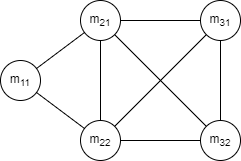
Before: iselthesis/Chapters/img/grafos.png, a diagram exported from draw.io (RRamos19/Master-Thesis). Source tidied: cells renumbered, new cells last; positions are measured from the earlier drawing's top-left corner, leaving out a move shared by most shapes. Source of this version:
```xml
<mxGraphModel>
  <root>
    <mxCell id="0" />
    <mxCell id="1" parent="0" />
    <mxCell id="2" value="m&lt;sub&gt;11&lt;/sub&gt;" style="ellipse;whiteSpace=wrap;html=1;" parent="1" vertex="1">
      <mxGeometry y="60" width="40" height="40" as="geometry" />
    </mxCell>
    <mxCell id="3" value="m&lt;sub&gt;21&lt;/sub&gt;" style="ellipse;whiteSpace=wrap;html=1;" parent="1" vertex="1">
      <mxGeometry x="80" width="40" height="40" as="geometry" />
    </mxCell>
    <mxCell id="4" value="m&lt;sub style=&quot;&quot;&gt;&lt;font&gt;22&lt;/font&gt;&lt;/sub&gt;" style="ellipse;whiteSpace=wrap;html=1;" parent="1" vertex="1">
      <mxGeometry x="80" y="120" width="40" height="40" as="geometry" />
    </mxCell>
    <mxCell id="5" value="m&lt;sub&gt;31&lt;/sub&gt;" style="ellipse;whiteSpace=wrap;html=1;" parent="1" vertex="1">
      <mxGeometry x="200" width="40" height="40" as="geometry" />
    </mxCell>
    <mxCell id="6" value="m&lt;sub&gt;32&lt;/sub&gt;" style="ellipse;whiteSpace=wrap;html=1;" parent="1" vertex="1">
      <mxGeometry x="200" y="120" width="40" height="40" as="geometry" />
    </mxCell>
    <mxCell id="7" style="endArrow=none;html=1;rounded=0;" parent="1" edge="1" source="6" target="5">
      <mxGeometry relative="1" as="geometry" />
    </mxCell>
    <mxCell id="8" style="endArrow=none;html=1;rounded=0;" parent="1" edge="1" source="6" target="3">
      <mxGeometry relative="1" as="geometry" />
    </mxCell>
    <mxCell id="9" style="endArrow=none;html=1;rounded=0;" parent="1" edge="1" source="6" target="4">
      <mxGeometry relative="1" as="geometry" />
    </mxCell>
    <mxCell id="10" style="endArrow=none;html=1;rounded=0;" parent="1" edge="1" source="3" target="4">
      <mxGeometry relative="1" as="geometry" />
    </mxCell>
    <mxCell id="11" style="endArrow=none;html=1;rounded=0;" parent="1" edge="1" source="5" target="4">
      <mxGeometry relative="1" as="geometry" />
    </mxCell>
    <mxCell id="12" style="endArrow=none;html=1;rounded=0;" parent="1" edge="1" source="5" target="3">
      <mxGeometry relative="1" as="geometry" />
    </mxCell>
    <mxCell id="13" style="endArrow=none;html=1;rounded=0;" parent="1" edge="1" source="3" target="2">
      <mxGeometry relative="1" as="geometry" />
    </mxCell>
    <mxCell id="14" style="endArrow=none;html=1;rounded=0;" parent="1" edge="1" source="4" target="2">
      <mxGeometry relative="1" as="geometry" />
    </mxCell>
  </root>
</mxGraphModel>
```
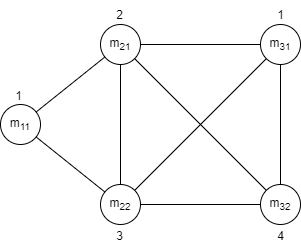
Above is the later version.

What changed in the source:
```diff
@@ -3,43 +3,58 @@
     <mxCell id="0" />
     <mxCell id="1" parent="0" />
     <mxCell id="2" value="m&lt;sub&gt;11&lt;/sub&gt;" style="ellipse;whiteSpace=wrap;html=1;" parent="1" vertex="1">
-      <mxGeometry y="60" width="40" height="40" as="geometry" />
+      <mxGeometry x="-40" y="-40" width="40" height="40" as="geometry" />
     </mxCell>
     <mxCell id="3" value="m&lt;sub&gt;21&lt;/sub&gt;" style="ellipse;whiteSpace=wrap;html=1;" parent="1" vertex="1">
-      <mxGeometry x="80" width="40" height="40" as="geometry" />
+      <mxGeometry x="60" y="-120" width="40" height="40" as="geometry" />
     </mxCell>
-    <mxCell id="4" value="m&lt;sub style=&quot;&quot;&gt;&lt;font&gt;22&lt;/font&gt;&lt;/sub&gt;" style="ellipse;whiteSpace=wrap;html=1;" parent="1" vertex="1">
-      <mxGeometry x="80" y="120" width="40" height="40" as="geometry" />
+    <mxCell id="4" value="m&lt;sub&gt;22&lt;/sub&gt;" style="ellipse;whiteSpace=wrap;html=1;" parent="1" vertex="1">
+      <mxGeometry x="60" y="40" width="40" height="40" as="geometry" />
     </mxCell>
     <mxCell id="5" value="m&lt;sub&gt;31&lt;/sub&gt;" style="ellipse;whiteSpace=wrap;html=1;" parent="1" vertex="1">
-      <mxGeometry x="200" width="40" height="40" as="geometry" />
+      <mxGeometry x="220" y="-120" width="40" height="40" as="geometry" />
     </mxCell>
     <mxCell id="6" value="m&lt;sub&gt;32&lt;/sub&gt;" style="ellipse;whiteSpace=wrap;html=1;" parent="1" vertex="1">
-      <mxGeometry x="200" y="120" width="40" height="40" as="geometry" />
+      <mxGeometry x="220" y="40" width="40" height="40" as="geometry" />
     </mxCell>
+    <mxCell id="15" style="endArrow=none;html=1;rounded=0;" parent="1" edge="1" source="2" target="3">
+      <mxGeometry relative="1" as="geometry" />
+    </mxCell>
+    <mxCell id="16" style="endArrow=none;html=1;rounded=0;" parent="1" edge="1" source="2" target="4">
+      <mxGeometry relative="1" as="geometry" />
+    </mxCell>
+    <mxCell id="17" style="endArrow=none;html=1;rounded=0;" parent="1" edge="1" source="4" target="3">
+      <mxGeometry relative="1" as="geometry" />
+    </mxCell>
+    <mxCell id="18" style="endArrow=none;html=1;rounded=0;" parent="1" edge="1" source="3" target="5">
+      <mxGeometry relative="1" as="geometry" />
+    </mxCell>
+    <mxCell id="19" style="endArrow=none;html=1;rounded=0;" parent="1" edge="1" source="3" target="6">
+      <mxGeometry relative="1" as="geometry" />
+    </mxCell>
     <mxCell id="7" style="endArrow=none;html=1;rounded=0;" parent="1" edge="1" source="6" target="5">
       <mxGeometry relative="1" as="geometry" />
     </mxCell>
-    <mxCell id="8" style="endArrow=none;html=1;rounded=0;" parent="1" edge="1" source="6" target="3">
-      <mxGeometry relative="1" as="geometry" />
-    </mxCell>
-    <mxCell id="9" style="endArrow=none;html=1;rounded=0;" parent="1" edge="1" source="6" target="4">
-      <mxGeometry relative="1" as="geometry" />
-    </mxCell>
-    <mxCell id="10" style="endArrow=none;html=1;rounded=0;" parent="1" edge="1" source="3" target="4">
-      <mxGeometry relative="1" as="geometry" />
-    </mxCell>
-    <mxCell id="11" style="endArrow=none;html=1;rounded=0;" parent="1" edge="1" source="5" target="4">
-      <mxGeometry relative="1" as="geometry" />
-    </mxCell>
-    <mxCell id="12" style="endArrow=none;html=1;rounded=0;" parent="1" edge="1" source="5" target="3">
-      <mxGeometry relative="1" as="geometry" />
-    </mxCell>
-    <mxCell id="13" style="endArrow=none;html=1;rounded=0;" parent="1" edge="1" source="3" target="2">
-      <mxGeometry relative="1" as="geometry" />
-    </mxCell>
-    <mxCell id="14" style="endArrow=none;html=1;rounded=0;" parent="1" edge="1" source="4" target="2">
-      <mxGeometry relative="1" as="geometry" />
-    </mxCell>
+    <mxCell id="20" style="endArrow=none;html=1;rounded=0;" parent="1" edge="1" source="4" target="6">
+      <mxGeometry relative="1" as="geometry" />
+    </mxCell>
+    <mxCell id="21" style="endArrow=none;html=1;rounded=0;" parent="1" edge="1" source="4" target="5">
+      <mxGeometry relative="1" as="geometry" />
+    </mxCell>
+    <mxCell id="22" value="1" style="text;html=1;align=center;verticalAlign=middle;strokeColor=none;fillColor=none;" parent="1" vertex="1">
+      <mxGeometry x="-37" y="-63" width="30" height="30" as="geometry" />
+    </mxCell>
+    <mxCell id="23" value="2" style="text;html=1;align=center;verticalAlign=middle;strokeColor=none;fillColor=none;" parent="1" vertex="1">
+      <mxGeometry x="64" y="-144" width="30" height="30" as="geometry" />
+    </mxCell>
+    <mxCell id="24" value="1" style="text;html=1;align=center;verticalAlign=middle;strokeColor=none;fillColor=none;" parent="1" vertex="1">
+      <mxGeometry x="225" y="-144" width="30" height="30" as="geometry" />
+    </mxCell>
+    <mxCell id="25" value="3" style="text;html=1;align=center;verticalAlign=middle;strokeColor=none;fillColor=none;" parent="1" vertex="1">
+      <mxGeometry x="64" y="77" width="30" height="30" as="geometry" />
+    </mxCell>
+    <mxCell id="26" value="4" style="text;html=1;align=center;verticalAlign=middle;strokeColor=none;fillColor=none;" parent="1" vertex="1">
+      <mxGeometry x="225" y="77" width="30" height="30" as="geometry" />
+    </mxCell>
   </root>
 </mxGraphModel>
```
